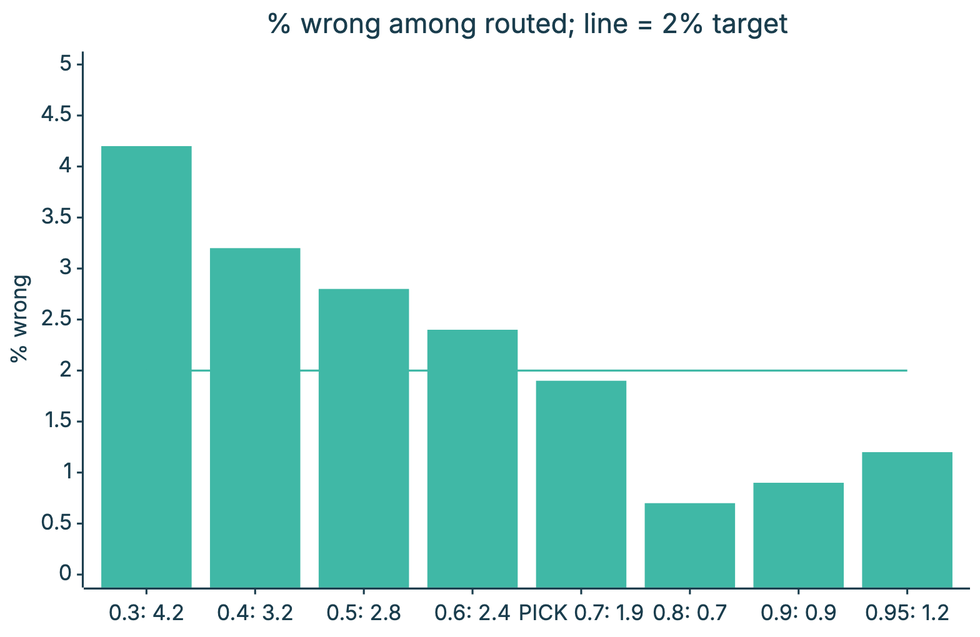
The Mermaid diagram course/diagrams/module_03/p3-demo-error.png in axel-sirota/getting_started_jev, before a commit. Its source is kept beside it as course/diagrams/module_03/p3-demo-error.mmd.
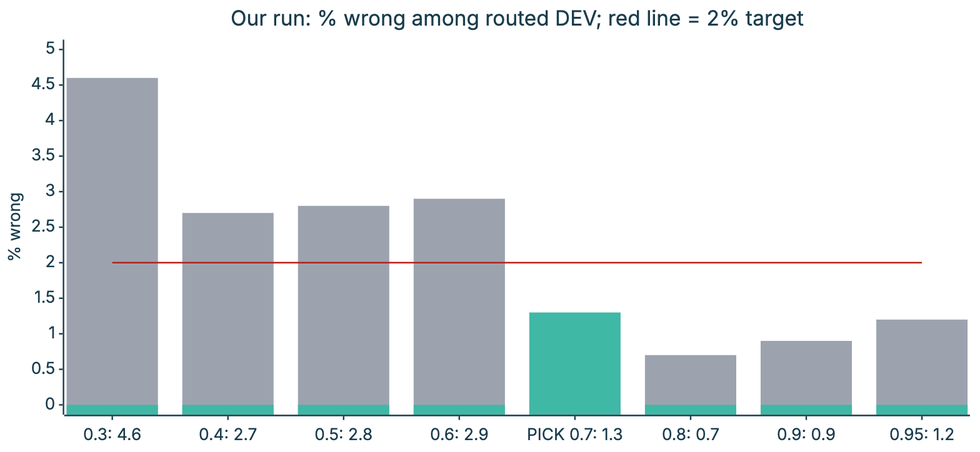
Above is the later version.

The edit, as a diff of the source:
```diff
@@ -1,7 +1,9 @@
 %%{init: {"theme": "base", "themeVariables": {"fontFamily": "Inter, sans-serif", "primaryColor": "#ECF8F6", "primaryBorderColor": "#40B8A6", "primaryTextColor": "#111827", "lineColor": "#1A3D4D", "secondaryColor": "#F9FAFB", "tertiaryColor": "#FFFFFF", "clusterBkg": "#F9FAFB", "clusterBorder": "#D1D5DB", "actorBkg": "#ECF8F6", "actorBorder": "#40B8A6", "noteBkgColor": "#FFF6DA", "noteBorderColor": "#E0B84C"}}}%%
+%%{init: {"themeVariables": {"xyChart": {"plotColorPalette": "#9CA3AF, #40B8A6, #B42318"}}, "xyChart": {"width": 1300, "height": 600}}}%%
 xychart-beta
-  title "% wrong among routed; line = 2% target"
-  x-axis ["0.3: 4.2", "0.4: 3.2", "0.5: 2.8", "0.6: 2.4", "PICK 0.7: 1.9", "0.8: 0.7", "0.9: 0.9", "0.95: 1.2"]
+  title "Our run: % wrong among routed DEV; red line = 2% target"
+  x-axis ["0.3: 4.6", "0.4: 2.7", "0.5: 2.8", "0.6: 2.9", "PICK 0.7: 1.3", "0.8: 0.7", "0.9: 0.9", "0.95: 1.2"]
   y-axis "% wrong" 0 --> 5
-  bar [4.2, 3.2, 2.8, 2.4, 1.9, 0.7, 0.9, 1.2]
+  bar [4.6, 2.7, 2.8, 2.9, 0, 0.7, 0.9, 1.2]
+  bar [0, 0, 0, 0, 1.3, 0, 0, 0]
   line [2, 2, 2, 2, 2, 2, 2, 2]
```
